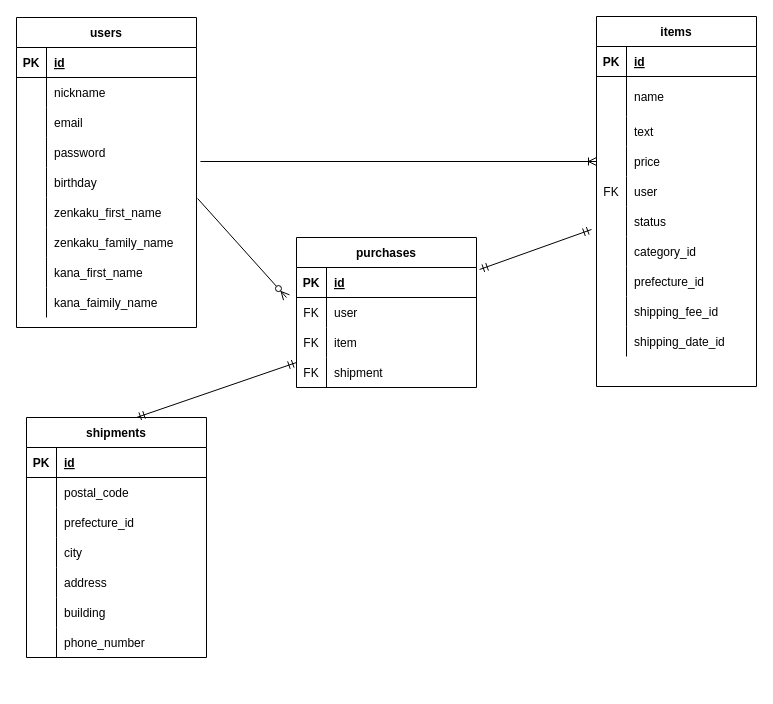
Jack9145/furima-32498 keeps this draw.io diagram as test.dio. Above is the earlier version. Source tidied: cells renumbered, new cells numbered last; positions are measured from the earlier drawing's top-left corner, leaving out a move shared by most shapes. Both pictures are drawn from the tidied source at 100%, with x=0, y=0 at pixel (16, 16).
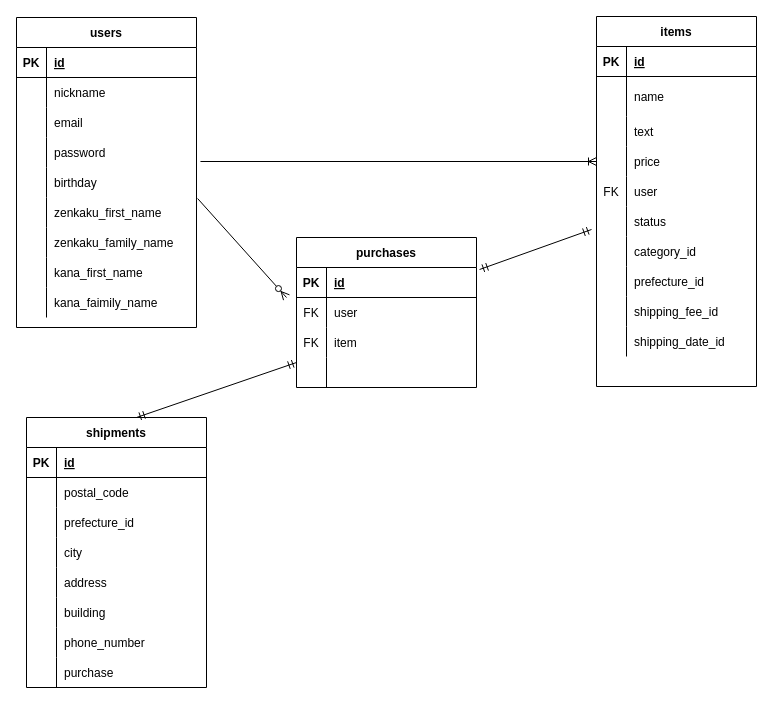
The same page after the edit.

Commit message (it also covers changes not shown here):
DB設計の修正

The change refers to these unchanged cells:
```xml
<mxCell id="72" style="shape=partialRectangle;fillColor=none;top=0;left=0;bottom=0;right=0;" parent="62" vertex="1">
  <mxGeometry y="120" width="180" height="30" as="geometry" />
</mxCell>
```

Diff of the diagram source:
```diff
@@
-    <mxCell id="73" value="FK" style="shape=partialRectangle;fillColor=none;top=0;left=0;bottom=0;right=0;overflow=hidden;" parent="72" vertex="1">
+    <mxCell id="73" style="shape=partialRectangle;fillColor=none;top=0;left=0;bottom=0;right=0;overflow=hidden;" parent="72" vertex="1">
       <mxGeometry width="30" height="30" as="geometry" />
     </mxCell>
-    <mxCell id="74" value="shipment" style="shape=partialRectangle;fillColor=none;top=0;left=0;bottom=0;right=0;align=left;spacingLeft=6;overflow=hidden;" parent="72" vertex="1">
+    <mxCell id="74" style="shape=partialRectangle;fillColor=none;top=0;left=0;bottom=0;right=0;align=left;spacingLeft=6;overflow=hidden;" parent="72" vertex="1">
       <mxGeometry x="30" width="150" height="30" as="geometry" />
     </mxCell>
@@
     <mxCell id="77" value="shipments" style="shape=table;startSize=30;childLayout=tableLayout;rowLines=0;fontStyle=1;align=center;" parent="1" vertex="1">
-      <mxGeometry x="10" y="401" width="180" height="240" as="geometry" />
+      <mxGeometry x="10" y="401" width="180" height="270" as="geometry" />
     </mxCell>
@@
+    <mxCell id="100" style="shape=partialRectangle;fillColor=none;top=0;left=0;bottom=0;right=0;" parent="77" vertex="1">
+      <mxGeometry y="240" width="180" height="30" as="geometry" />
+    </mxCell>
+    <mxCell id="101" style="shape=partialRectangle;fillColor=none;top=0;left=0;bottom=0;right=0;overflow=hidden;" parent="100" vertex="1">
+      <mxGeometry width="30" height="30" as="geometry" />
+    </mxCell>
+    <mxCell id="102" value="purchase" style="shape=partialRectangle;fillColor=none;top=0;left=0;bottom=0;right=0;align=left;spacingLeft=6;overflow=hidden;" parent="100" vertex="1">
+      <mxGeometry x="30" width="150" height="30" as="geometry" />
+    </mxCell>
```
